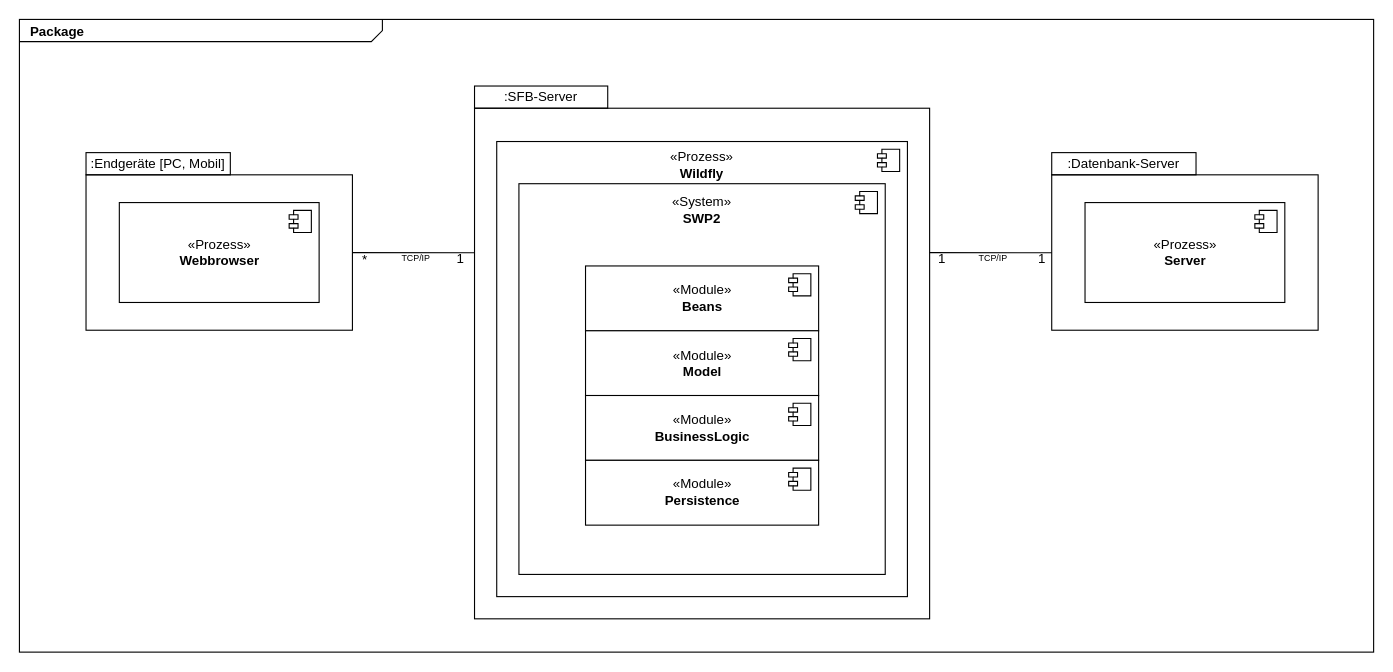
Above: doc/UML/06Ausfuehrungssicht.drawio in fkehlenb/softwareprojekt-2 (draw.io), before the change. Source tidied: cells renumbered, new cells numbered last; positions are measured from the earlier drawing's top-left corner, leaving out a move shared by most shapes. Both pictures are drawn from the tidied source at 111%, with x=0, y=0 at pixel (19, 19).
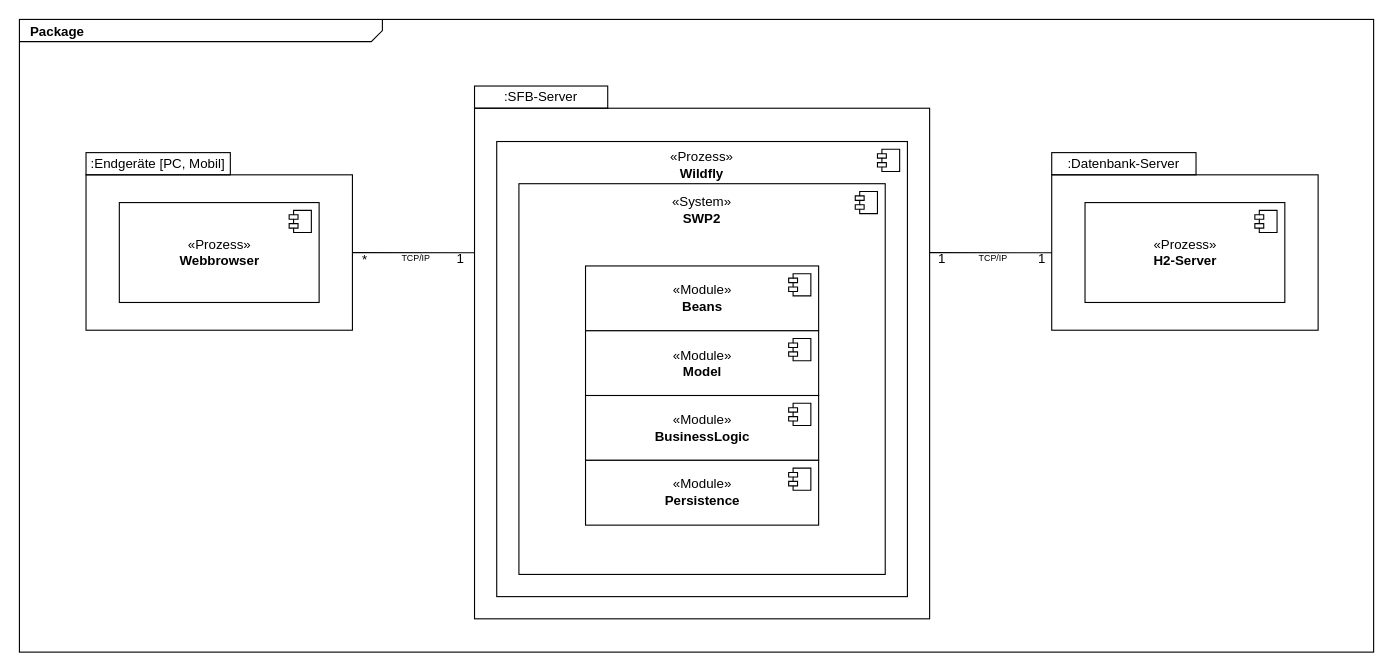
The same diagram, later.

Commit message (it also covers changes not shown here):
06 UML überarbeitet

Diff of the diagram source:
```diff
@@
-    <mxCell id="33" value="«Prozess»&lt;br&gt;&lt;b&gt;Server&lt;/b&gt;" style="html=1;" parent="1" vertex="1">
+    <mxCell id="33" value="«Prozess»&lt;br&gt;&lt;b&gt;H2-Server&lt;/b&gt;" style="html=1;" parent="1" vertex="1">
       <mxGeometry x="960" y="165" width="180" height="90" as="geometry" />
     </mxCell>
```
